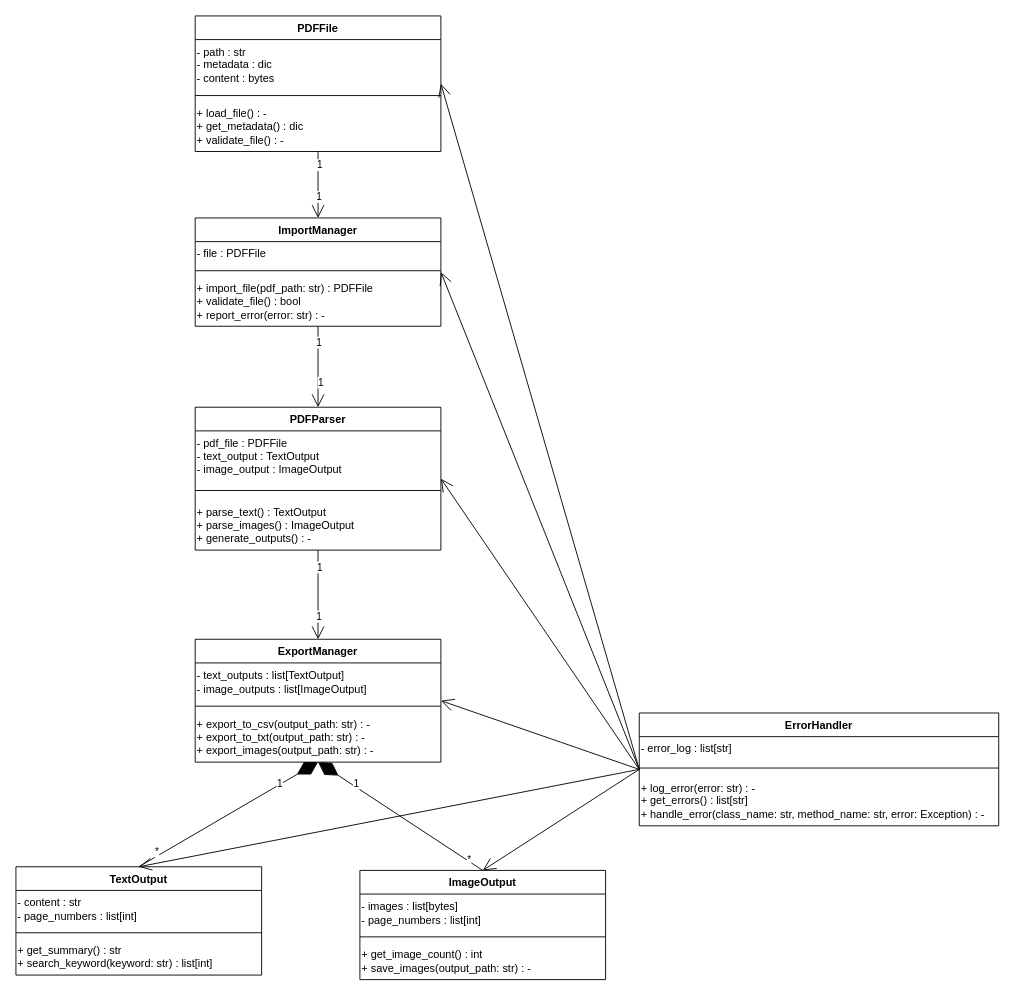
Before: PDFParserXML.drawio in NotCrymy/PDFParser, a draw.io diagram. Source tidied: cells renumbered, new cells numbered last; positions are measured from the earlier drawing's top-left corner, leaving out a move shared by most shapes. Both pictures are drawn from the tidied source at 91%, with x=0, y=0 at pixel (15, 15).
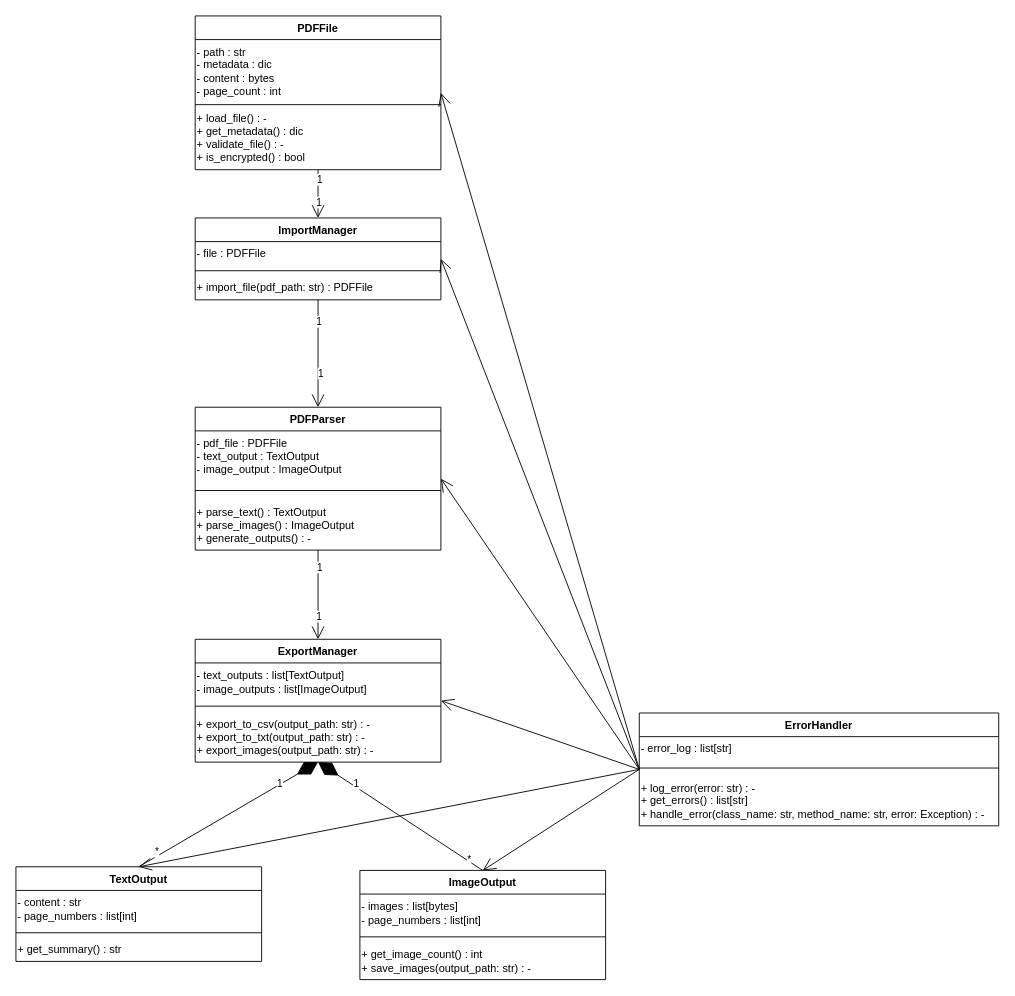
The same diagram, later.

Change to the diagram source:
```diff
@@
     <mxCell id="6" value="PDFFile" style="swimlane;fontStyle=1;align=center;verticalAlign=top;horizontal=1;startSize=26;whiteSpace=wrap;html=1;" parent="1" vertex="1">
-      <mxGeometry x="197" width="270" height="149" as="geometry" />
+      <mxGeometry x="197" width="270" height="169" as="geometry" />
     </mxCell>
-    <mxCell id="7" value="- path : str&lt;div&gt;- metadata : dic&lt;/div&gt;&lt;div&gt;- content : bytes&lt;/div&gt;" style="text;html=1;align=left;verticalAlign=middle;strokeColor=none;fillColor=none;" parent="6" vertex="1">
-      <mxGeometry y="26" width="270" height="55" as="geometry" />
+    <mxCell id="7" value="- path : str&lt;div&gt;- metadata : dic&lt;/div&gt;&lt;div&gt;- content : bytes&lt;/div&gt;&lt;div&gt;- page_count : int&lt;/div&gt;" style="text;html=1;align=left;verticalAlign=middle;strokeColor=none;fillColor=none;" parent="6" vertex="1">
+      <mxGeometry y="26" width="270" height="70" as="geometry" />
     </mxCell>
     <mxCell id="8" style="line;strokeWidth=1;fillColor=none;align=left;verticalAlign=middle;spacingTop=-1;spacingLeft=3;spacingRight=3;labelPosition=right;strokeColor=inherit;" parent="6" vertex="1">
-      <mxGeometry y="81" width="270" height="13" as="geometry" />
+      <mxGeometry y="96" width="270" height="3" as="geometry" />
     </mxCell>
-    <mxCell id="9" value="+ load_file() : -&lt;div&gt;+ get_metadata() : dic&lt;/div&gt;&lt;div&gt;+&amp;nbsp;validate_file() : -&lt;/div&gt;" style="text;html=1;align=left;verticalAlign=middle;strokeColor=none;fillColor=none;" parent="6" vertex="1">
-      <mxGeometry y="94" width="270" height="55" as="geometry" />
+    <mxCell id="9" value="+ load_file() : -&lt;div&gt;+ get_metadata() : dic&lt;/div&gt;&lt;div&gt;+&amp;nbsp;validate_file() : -&lt;/div&gt;&lt;div&gt;+ is_encrypted() : bool&lt;/div&gt;" style="text;html=1;align=left;verticalAlign=middle;strokeColor=none;fillColor=none;" parent="6" vertex="1">
+      <mxGeometry y="99" width="270" height="70" as="geometry" />
     </mxCell>
     <mxCell id="10" value="TextOutput" style="swimlane;fontStyle=1;align=center;verticalAlign=top;horizontal=1;startSize=26;whiteSpace=wrap;html=1;" parent="1" vertex="1">
-      <mxGeometry y="935" width="270" height="119" as="geometry" />
+      <mxGeometry y="935" width="270" height="104" as="geometry" />
     </mxCell>
@@
-    <mxCell id="13" value="&lt;span class=&quot;hljs-addition&quot;&gt;+ get_summary() : str&lt;/span&gt;&amp;nbsp;&lt;div&gt;&lt;span class=&quot;hljs-addition&quot;&gt;+ search_keyword(keyword: str) : list[int]&lt;/span&gt;&lt;/div&gt;" style="text;html=1;align=left;verticalAlign=middle;strokeColor=none;fillColor=none;" parent="10" vertex="1">
-      <mxGeometry y="78" width="270" height="41" as="geometry" />
+    <mxCell id="13" value="&lt;span class=&quot;hljs-addition&quot;&gt;+ get_summary() : str&lt;/span&gt;&amp;nbsp;" style="text;html=1;align=left;verticalAlign=middle;strokeColor=none;fillColor=none;" parent="10" vertex="1">
+      <mxGeometry y="78" width="270" height="26" as="geometry" />
     </mxCell>
@@
     <mxCell id="22" value="ImportManager" style="swimlane;fontStyle=1;align=center;verticalAlign=top;horizontal=1;startSize=26;whiteSpace=wrap;html=1;" parent="1" vertex="1">
-      <mxGeometry x="197" y="222" width="270" height="119" as="geometry" />
+      <mxGeometry x="197" y="222" width="270" height="90" as="geometry" />
     </mxCell>
@@
-    <mxCell id="25" value="&lt;div style=&quot;&quot;&gt;&lt;span style=&quot;background-color: transparent; color: light-dark(rgb(0, 0, 0), rgb(255, 255, 255));&quot; class=&quot;hljs-bullet&quot;&gt;+&lt;/span&gt;&lt;span style=&quot;background-color: transparent; color: light-dark(rgb(0, 0, 0), rgb(255, 255, 255));&quot;&gt; import&lt;/span&gt;&lt;span style=&quot;background-color: transparent; color: light-dark(rgb(0, 0, 0), rgb(255, 255, 255));&quot; class=&quot;hljs-emphasis&quot;&gt;_file(pdf_&lt;/span&gt;&lt;span style=&quot;background-color: transparent; color: light-dark(rgb(0, 0, 0), rgb(255, 255, 255));&quot;&gt;path: str) : PDFFile&amp;nbsp;&lt;/span&gt;&lt;/div&gt;&lt;div style=&quot;&quot;&gt;&lt;span class=&quot;hljs-bullet&quot;&gt;+&lt;/span&gt; validate&lt;span class=&quot;hljs-emphasis&quot;&gt;_file() : bool&amp;nbsp;&lt;/span&gt;&lt;/div&gt;&lt;div style=&quot;&quot;&gt;&lt;span class=&quot;hljs-emphasis&quot;&gt;+ report_&lt;/span&gt;error(error: str) : -&lt;/div&gt;" style="text;html=1;align=left;verticalAlign=middle;strokeColor=none;fillColor=none;" parent="22" vertex="1">
-      <mxGeometry y="64" width="270" height="55" as="geometry" />
+    <mxCell id="25" value="&lt;div style=&quot;&quot;&gt;&lt;span style=&quot;background-color: transparent; color: light-dark(rgb(0, 0, 0), rgb(255, 255, 255));&quot; class=&quot;hljs-bullet&quot;&gt;+&lt;/span&gt;&lt;span style=&quot;background-color: transparent; color: light-dark(rgb(0, 0, 0), rgb(255, 255, 255));&quot;&gt; import&lt;/span&gt;&lt;span style=&quot;background-color: transparent; color: light-dark(rgb(0, 0, 0), rgb(255, 255, 255));&quot; class=&quot;hljs-emphasis&quot;&gt;_file(pdf_&lt;/span&gt;&lt;span style=&quot;background-color: transparent; color: light-dark(rgb(0, 0, 0), rgb(255, 255, 255));&quot;&gt;path: str) : PDFFile&amp;nbsp;&lt;/span&gt;&lt;/div&gt;" style="text;html=1;align=left;verticalAlign=middle;strokeColor=none;fillColor=none;" parent="22" vertex="1">
+      <mxGeometry y="64" width="270" height="26" as="geometry" />
     </mxCell>
```
